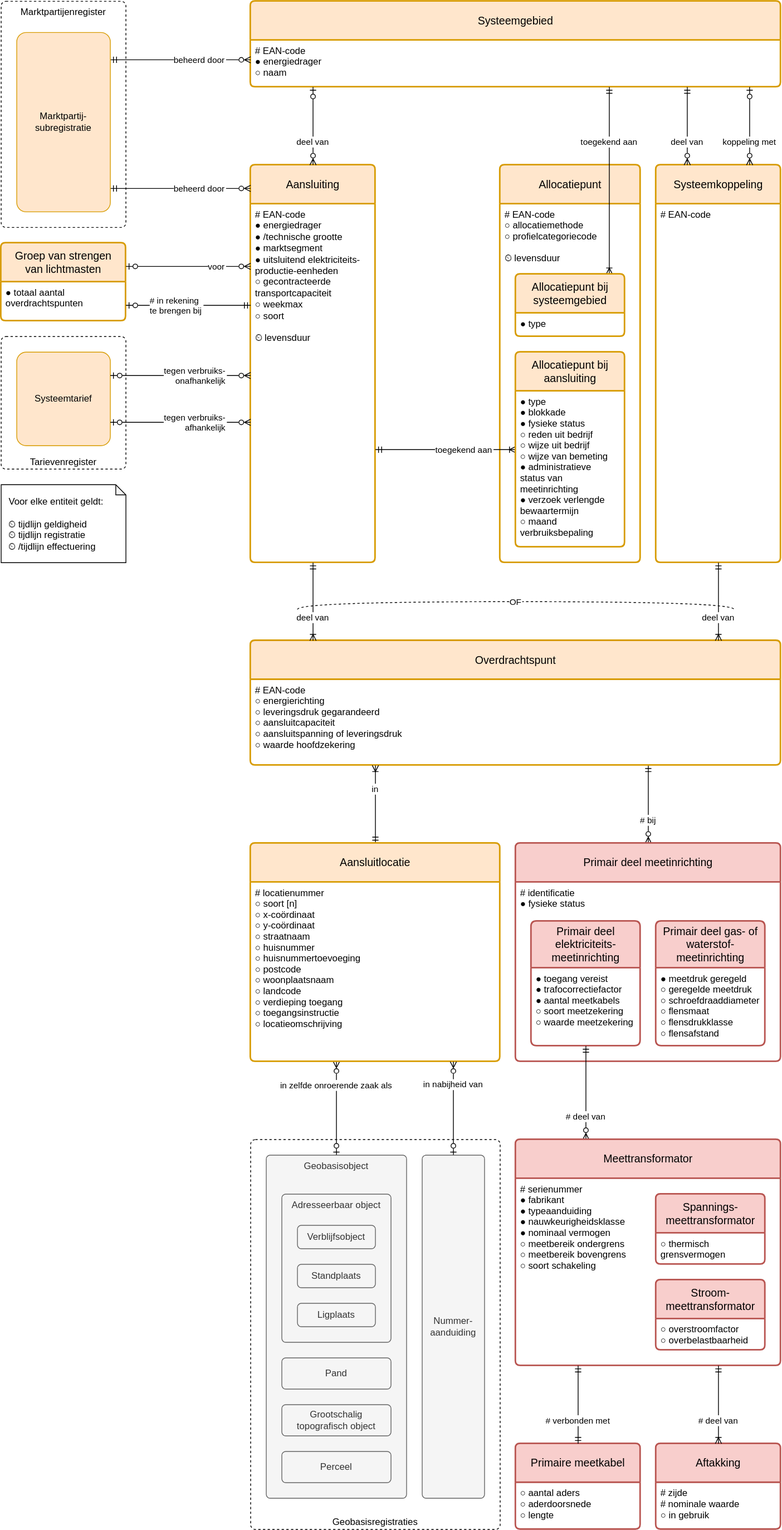
Before: registers/aansluitingenregister/1.4/aansluitingenregister.drawio.svg, a diagram exported from draw.io (netbeheernederland/stelsel). Source tidied: cells renumbered, new cells last; positions are measured from the earlier drawing's top-left corner, leaving out a move shared by most shapes.
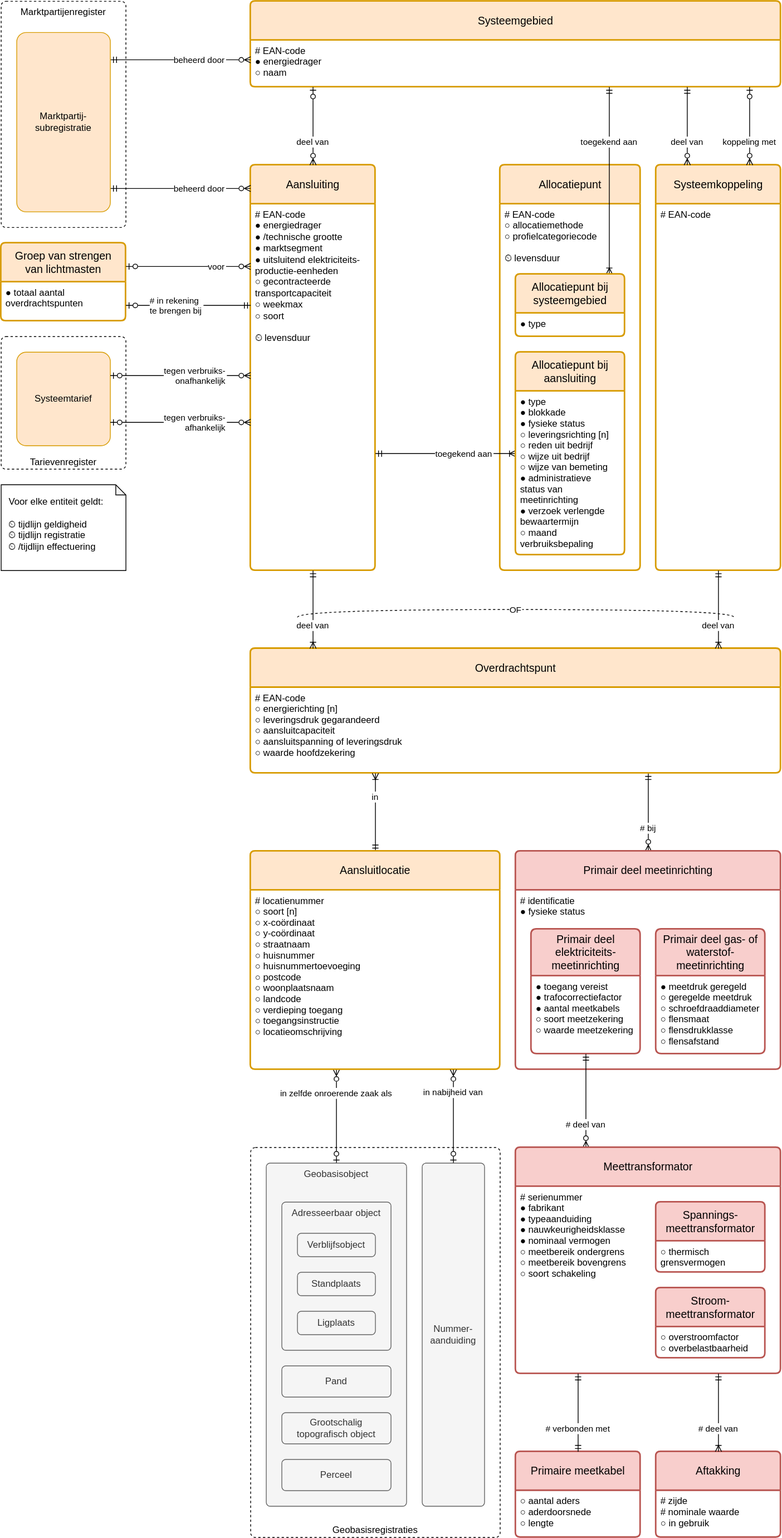
After the commit.

What changed in the source:
```diff
@@ -6,27 +6,27 @@
       <mxGeometry x="0.4" relative="1" as="geometry" />
     </mxCell>
     <mxCell id="3" value="Tarievenregister" style="rounded=1;whiteSpace=wrap;verticalAlign=bottom;sketch=0;fontSize=12;dashed=1;arcSize=12;absoluteArcSize=1;" parent="1" vertex="1">
-      <mxGeometry y="430" width="160" height="170" as="geometry" />
+      <mxGeometry y="420" width="160" height="170" as="geometry" />
     </mxCell>
     <mxCell id="4" value="Marktpartijenregister" style="rounded=1;whiteSpace=wrap;verticalAlign=top;sketch=0;fontSize=12;dashed=1;arcSize=12;absoluteArcSize=1;" parent="1" vertex="1">
-      <mxGeometry width="160" height="290" as="geometry" />
+      <mxGeometry y="-10" width="160" height="290" as="geometry" />
     </mxCell>
     <mxCell id="5" value="Aansluiting" style="swimlane;horizontal=1;startSize=50;rounded=1;fontSize=14;fontStyle=0;strokeWidth=2;shadow=0;dashed=0;align=center;arcSize=4;whiteSpace=wrap;fillColor=#ffe6cc;strokeColor=#d79b00;" parent="1" vertex="1">
-      <mxGeometry x="320" y="210" width="160" height="510" as="geometry" />
+      <mxGeometry x="320" y="200" width="160" height="520" as="geometry" />
     </mxCell>
     <mxCell id="6" value="# EAN-code&lt;br&gt;●&amp;nbsp;energiedrager&lt;br&gt;● /technische grootte&lt;br&gt;●&amp;nbsp;marktsegment&lt;br&gt;● uitsluitend elektriciteits-&lt;br&gt;&amp;nbsp; &amp;nbsp;productie-eenheden&lt;br&gt;○ gecontracteerde&lt;br&gt;&amp;nbsp; &amp;nbsp;transportcapaciteit&lt;br&gt;○ weekmax&lt;br&gt;○ soort&lt;br&gt;&lt;br&gt;⏲ levensduur" style="align=left;strokeColor=none;fillColor=none;spacingLeft=4;fontSize=12;verticalAlign=top;fontColor=default;html=1;" parent="5" vertex="1">
-      <mxGeometry y="50" width="160" height="460" as="geometry" />
+      <mxGeometry y="50" width="160" height="470" as="geometry" />
     </mxCell>
     <mxCell id="7" value="Allocatiepunt" style="swimlane;horizontal=1;startSize=50;rounded=1;fontSize=14;fontStyle=0;strokeWidth=2;shadow=0;dashed=0;align=center;arcSize=4;whiteSpace=wrap;fillColor=#ffe6cc;strokeColor=#d79b00;" parent="1" vertex="1">
-      <mxGeometry x="640" y="210" width="180" height="510" as="geometry" />
+      <mxGeometry x="640" y="200" width="180" height="520" as="geometry" />
     </mxCell>
     <mxCell id="8" value="# EAN-code&#10;○ allocatiemethode&#10;○ profielcategoriecode&#10;&#10;⏲ levensduur" style="align=left;strokeColor=none;fillColor=none;spacingLeft=4;fontSize=12;verticalAlign=top;fontColor=default;" parent="7" vertex="1">
-      <mxGeometry y="50" width="180" height="460" as="geometry" />
+      <mxGeometry y="50" width="180" height="470" as="geometry" />
     </mxCell>
     <mxCell id="9" value="Overdrachtspunt" style="swimlane;horizontal=1;startSize=50;rounded=1;fontSize=14;fontStyle=0;strokeWidth=2;shadow=0;dashed=0;align=center;arcSize=4;whiteSpace=wrap;fillColor=#ffe6cc;strokeColor=#d79b00;" parent="1" vertex="1">
       <mxGeometry x="320" y="820" width="680" height="160" as="geometry" />
     </mxCell>
-    <mxCell id="10" value="# EAN-code&#10;○ energierichting&#10;○ leveringsdruk gegarandeerd&#10;○ aansluitcapaciteit&#10;○ aansluitspanning of leveringsdruk&#10;○ waarde hoofdzekering" style="align=left;strokeColor=none;fillColor=none;spacingLeft=4;fontSize=12;verticalAlign=top;fontColor=default;" parent="9" vertex="1">
+    <mxCell id="10" value="# EAN-code&#10;○ energierichting [n]&#10;○ leveringsdruk gegarandeerd&#10;○ aansluitcapaciteit&#10;○ aansluitspanning of leveringsdruk&#10;○ waarde hoofdzekering" style="align=left;strokeColor=none;fillColor=none;spacingLeft=4;fontSize=12;verticalAlign=top;fontColor=default;" parent="9" vertex="1">
       <mxGeometry y="50" width="680" height="110" as="geometry" />
     </mxCell>
     <mxCell id="11" value="deel van" style="endArrow=ERoneToMany;startArrow=ERmandOne;rounded=0;align=center;endFill=0;strokeColor=default;edgeStyle=elbowEdgeStyle;" parent="1" edge="1" source="5" target="9">
@@ -41,7 +41,7 @@
       <mxGeometry x="0.4" relative="1" as="geometry" />
     </mxCell>
     <mxCell id="14" value="Systeemgebied" style="swimlane;horizontal=1;startSize=50;rounded=1;fontSize=14;fontStyle=0;strokeWidth=2;shadow=0;dashed=0;align=center;fillColor=#ffe6cc;strokeColor=#d79b00;arcSize=4;whiteSpace=wrap;" parent="1" vertex="1">
-      <mxGeometry x="320" width="680" height="110" as="geometry" />
+      <mxGeometry x="320" y="-10" width="680" height="110" as="geometry" />
     </mxCell>
     <mxCell id="15" value="# EAN-code&#10;● energiedrager&#10;○ naam" style="align=left;strokeColor=none;fillColor=none;spacingLeft=4;fontSize=12;verticalAlign=top;fontColor=default;" parent="14" vertex="1">
       <mxGeometry y="50" width="680" height="60" as="geometry" />
@@ -52,7 +52,7 @@
     <mxCell id="17" value="toegekend aan" style="endArrow=ERmandOne;startArrow=ERoneToMany;rounded=0;startFill=0;endFill=0;verticalAlign=middle;strokeColor=default;align=center;edgeStyle=elbowEdgeStyle;" parent="1" edge="1" source="29" target="14">
       <mxGeometry x="0.42" relative="1" as="geometry">
         <Array as="points">
-          <mxPoint x="780" y="250" />
+          <mxPoint x="780" y="240" />
         </Array>
       </mxGeometry>
     </mxCell>
@@ -62,10 +62,10 @@
       </mxGeometry>
     </mxCell>
     <mxCell id="19" value="Voor elke entiteit geldt:&#10;&#10;⏲ tijdlijn geldigheid&#10;⏲ tijdlijn registratie&#10;⏲ /tijdlijn effectuering" style="shape=note;whiteSpace=wrap;backgroundOutline=1;darkOpacity=0.05;align=left;size=13;spacing=10;verticalAlign=top;" parent="1" vertex="1">
-      <mxGeometry y="620" width="160" height="100" as="geometry" />
+      <mxGeometry y="610" width="160" height="110" as="geometry" />
     </mxCell>
     <mxCell id="20" value="Groep van strengen van lichtmasten" style="swimlane;horizontal=1;startSize=50;rounded=1;fontSize=14;fontStyle=0;strokeWidth=2;shadow=0;dashed=0;align=center;fillColor=#ffe6cc;strokeColor=#d79b00;arcSize=4;whiteSpace=wrap;spacing=10;" parent="1" vertex="1">
-      <mxGeometry y="310" width="160" height="100" as="geometry" />
+      <mxGeometry y="300" width="160" height="100" as="geometry" />
     </mxCell>
     <mxCell id="21" value="● totaal aantal&#10;   overdrachtspunten" style="align=left;strokeColor=none;fillColor=none;spacingLeft=4;fontSize=12;verticalAlign=top;fontColor=default;" parent="20" vertex="1">
       <mxGeometry y="50" width="160" height="50" as="geometry" />
@@ -73,7 +73,7 @@
     <mxCell id="22" value="voor" style="endArrow=ERzeroToMany;rounded=0;startArrow=ERzeroToOne;startFill=0;endFill=0;align=right;edgeStyle=elbowEdgeStyle;elbow=vertical;" parent="1" edge="1" source="20" target="5">
       <mxGeometry x="0.62" relative="1" as="geometry">
         <Array as="points">
-          <mxPoint x="240" y="340" />
+          <mxPoint x="240" y="330" />
         </Array>
         <mxPoint x="-1" as="offset" />
       </mxGeometry>
@@ -81,7 +81,7 @@
     <mxCell id="23" value="# in rekening&#10;te brengen bij" style="endArrow=ERmandOne;rounded=0;edgeStyle=elbowEdgeStyle;endFill=0;startArrow=ERzeroToOne;startFill=0;align=left;elbow=vertical;" parent="1" edge="1" source="20" target="5">
       <mxGeometry x="-0.62" relative="1" as="geometry">
         <Array as="points">
-          <mxPoint x="240" y="390" />
+          <mxPoint x="240" y="380" />
         </Array>
         <mxPoint x="-1" as="offset" />
       </mxGeometry>
@@ -92,19 +92,19 @@
       </mxGeometry>
     </mxCell>
     <mxCell id="25" value="Systeemkoppeling" style="swimlane;horizontal=1;startSize=50;rounded=1;fontSize=14;fontStyle=0;strokeWidth=2;shadow=0;dashed=0;align=center;fillColor=#ffe6cc;strokeColor=#d79b00;arcSize=4;whiteSpace=wrap;" parent="1" vertex="1">
-      <mxGeometry x="840" y="210" width="160" height="510" as="geometry" />
+      <mxGeometry x="840" y="200" width="160" height="520" as="geometry" />
     </mxCell>
     <mxCell id="26" value="# EAN-code" style="align=left;strokeColor=none;fillColor=none;spacingLeft=4;fontSize=12;verticalAlign=top;fontColor=default;" parent="25" vertex="1">
-      <mxGeometry y="50" width="160" height="460" as="geometry" />
+      <mxGeometry y="50" width="160" height="470" as="geometry" />
     </mxCell>
     <mxCell id="27" value="Allocatiepunt bij aansluiting" style="swimlane;horizontal=1;startSize=50;rounded=1;fontSize=14;fontStyle=0;strokeWidth=2;shadow=0;dashed=0;align=center;fillColor=#ffe6cc;strokeColor=#d79b00;arcSize=4;whiteSpace=wrap;" parent="1" vertex="1">
-      <mxGeometry x="660" y="450" width="140" height="250" as="geometry" />
+      <mxGeometry x="660" y="440" width="140" height="260" as="geometry" />
     </mxCell>
-    <mxCell id="28" value="● type&#10;● blokkade&#10;● fysieke status&#10;○ reden uit bedrijf&#10;○ wijze uit bedrijf&#10;○ wijze van bemeting&#10;● administratieve&#10;   status van&#10;   meetinrichting&#10;● verzoek verlengde&#10;   bewaartermijn&#10;○ maand&#10;   verbruiksbepaling" style="align=left;strokeColor=none;fillColor=none;spacingLeft=4;fontSize=12;verticalAlign=top;fontColor=default;" parent="27" vertex="1">
-      <mxGeometry y="50" width="140" height="200" as="geometry" />
+    <mxCell id="28" value="● type&#10;● blokkade&#10;● fysieke status&#10;○ leveringsrichting [n]&#10;○ reden uit bedrijf&#10;○ wijze uit bedrijf&#10;○ wijze van bemeting&#10;● administratieve&#10;   status van&#10;   meetinrichting&#10;● verzoek verlengde&#10;   bewaartermijn&#10;○ maand&#10;   verbruiksbepaling" style="align=left;strokeColor=none;fillColor=none;spacingLeft=4;fontSize=12;verticalAlign=top;fontColor=default;" parent="27" vertex="1">
+      <mxGeometry y="50" width="140" height="210" as="geometry" />
     </mxCell>
     <mxCell id="29" value="Allocatiepunt bij systeemgebied" style="swimlane;horizontal=1;startSize=50;rounded=1;fontSize=14;fontStyle=0;strokeWidth=2;shadow=0;dashed=0;align=center;fillColor=#ffe6cc;strokeColor=#d79b00;arcSize=4;whiteSpace=wrap;" parent="1" vertex="1">
-      <mxGeometry x="660" y="350" width="140" height="80" as="geometry" />
+      <mxGeometry x="660" y="340" width="140" height="80" as="geometry" />
     </mxCell>
     <mxCell id="30" value="● type" style="align=left;strokeColor=none;fillColor=none;spacingLeft=4;fontSize=12;verticalAlign=top;fontColor=default;" parent="29" vertex="1">
       <mxGeometry y="50" width="140" height="30" as="geometry" />
@@ -115,7 +115,7 @@
     <mxCell id="32" value="koppeling met" style="fontSize=11;endArrow=ERzeroToOne;startArrow=ERzeroToMany;rounded=0;startFill=0;endFill=0;verticalAlign=middle;strokeColor=default;labelBackgroundColor=default;fontColor=default;align=center;edgeStyle=elbowEdgeStyle;" parent="1" edge="1" source="25" target="14">
       <mxGeometry x="-0.4" relative="1" as="geometry">
         <Array as="points">
-          <mxPoint x="960" y="190" />
+          <mxPoint x="960" y="180" />
         </Array>
       </mxGeometry>
     </mxCell>
@@ -132,15 +132,15 @@
     <mxCell id="34" value="deel van" style="fontSize=11;endArrow=ERmandOne;startArrow=ERzeroToMany;rounded=0;startFill=0;endFill=0;verticalAlign=middle;strokeColor=default;labelBackgroundColor=default;fontColor=default;align=center;edgeStyle=elbowEdgeStyle;" parent="1" edge="1" source="25" target="14">
       <mxGeometry x="-0.4" relative="1" as="geometry">
         <Array as="points">
-          <mxPoint x="880" y="190" />
+          <mxPoint x="880" y="180" />
         </Array>
       </mxGeometry>
     </mxCell>
     <mxCell id="35" value="Marktpartij-subregistratie" style="rounded=1;arcSize=10;whiteSpace=wrap;align=center;fillColor=#ffe6cc;strokeColor=#d79b00;" parent="1" vertex="1">
-      <mxGeometry x="20" y="40" width="120" height="230" as="geometry" />
+      <mxGeometry x="20" y="30" width="120" height="230" as="geometry" />
     </mxCell>
     <mxCell id="36" value="Systeemtarief" style="rounded=1;arcSize=10;whiteSpace=wrap;align=center;fillColor=#ffe6cc;strokeColor=#d79b00;" parent="1" vertex="1">
-      <mxGeometry x="20" y="450" width="120" height="120" as="geometry" />
+      <mxGeometry x="20" y="440" width="120" height="120" as="geometry" />
     </mxCell>
     <mxCell id="37" value="Primair deel meetinrichting" style="swimlane;horizontal=1;startSize=50;rounded=1;fontSize=14;fontStyle=0;strokeWidth=2;shadow=0;dashed=0;align=center;arcSize=4;whiteSpace=wrap;fillColor=#f8cecc;strokeColor=#b85450;" parent="1" vertex="1">
       <mxGeometry x="660" y="1080" width="340" height="280" as="geometry" />
@@ -246,14 +246,14 @@
     <mxCell id="70" value="tegen verbruiks-&#10;afhankelijk" style="endArrow=ERzeroToOne;rounded=0;startArrow=ERzeroToMany;startFill=0;endFill=0;edgeStyle=elbowEdgeStyle;elbow=vertical;align=right;" parent="1" edge="1" source="5" target="36">
       <mxGeometry x="-0.67" relative="1" as="geometry">
         <Array as="points">
-          <mxPoint x="240" y="540" />
+          <mxPoint x="240" y="530" />
         </Array>
       </mxGeometry>
     </mxCell>
     <mxCell id="71" value="tegen verbruiks-&#10;onafhankelijk" style="endArrow=ERzeroToOne;rounded=0;startArrow=ERzeroToMany;startFill=0;endFill=0;edgeStyle=elbowEdgeStyle;elbow=horizontal;align=right;" parent="1" edge="1" source="5" target="36">
       <mxGeometry x="-0.67" relative="1" as="geometry">
         <Array as="points">
-          <mxPoint x="240" y="480" />
+          <mxPoint x="240" y="470" />
         </Array>
       </mxGeometry>
     </mxCell>
```
